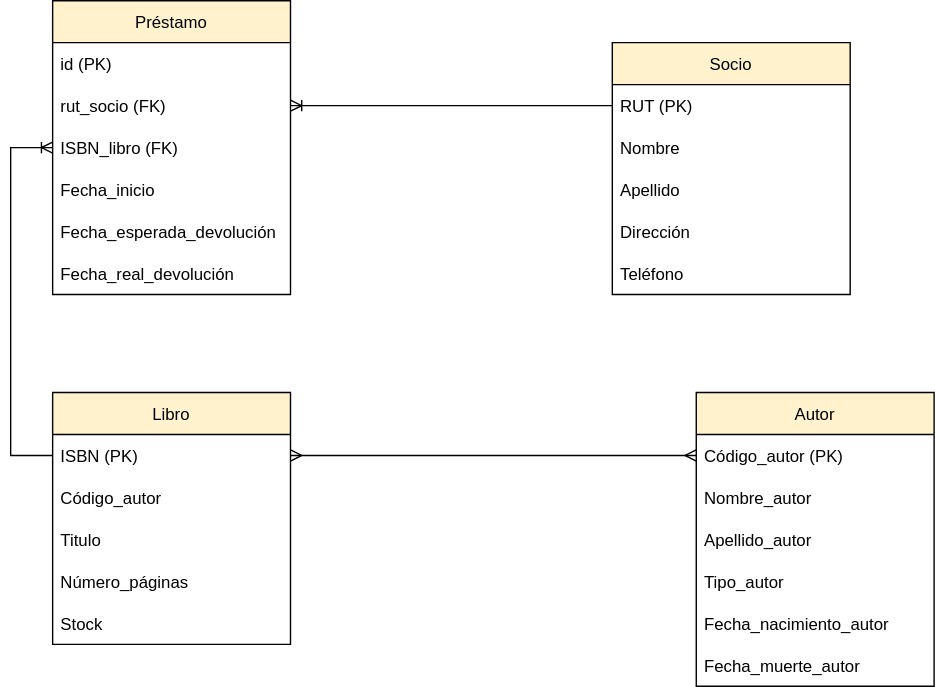
Before: Biblioteca1-2-1.drawio.svg, a diagram exported from draw.io (KarQuis/M5---Prueba). Source tidied: cells renumbered, new cells last; positions are measured from the earlier drawing's top-left corner, leaving out a move shared by most shapes.
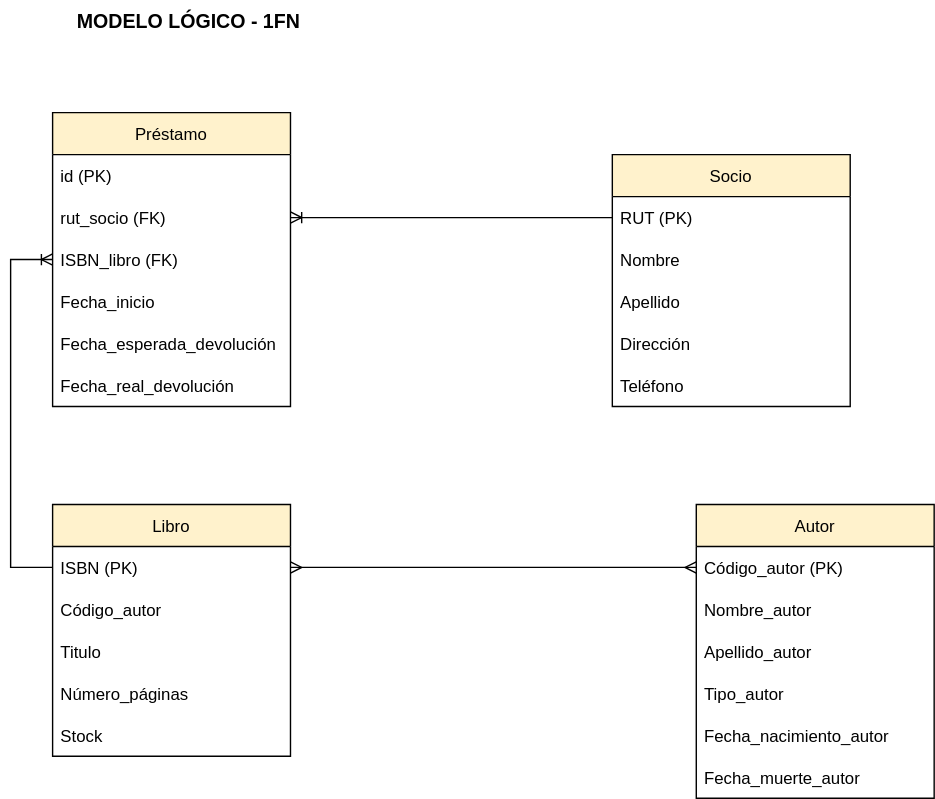
After the change.

Commit message:
Modelo Lógico - 1FN

Diff of the diagram source:
```diff
@@ -94,5 +94,8 @@
     <mxCell id="30" style="edgeStyle=entityRelationEdgeStyle;fontSize=12;html=1;endArrow=ERmany;startArrow=ERmany;rounded=0;exitX=1;exitY=0.5;exitDx=0;exitDy=0;entryX=0;entryY=0.5;entryDx=0;entryDy=0;" parent="1" edge="1" source="16" target="24">
       <mxGeometry relative="1" as="geometry" />
     </mxCell>
+    <mxCell id="31" value="&lt;b&gt;&lt;font style=&quot;font-size: 14px&quot;&gt;MODELO LÓGICO - 1FN&lt;/font&gt;&lt;/b&gt;" style="text;html=1;strokeColor=none;fillColor=none;align=center;verticalAlign=middle;whiteSpace=wrap;rounded=0;" parent="1" vertex="1">
+      <mxGeometry x="30" y="-80" width="195" height="30" as="geometry" />
+    </mxCell>
   </root>
 </mxGraphModel>
```
